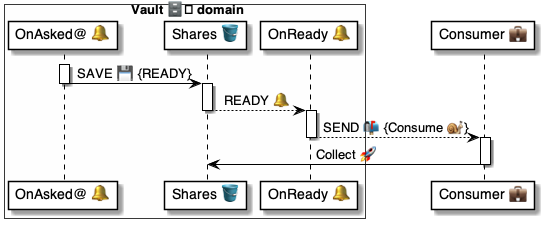
Before: 4 ⚙️ Solution/41 🎭 Domain Roles/Vaults 🗄️/🗄️🪣 Vault tables/Shares 💼 table/🪣🔔 2 Ready/🗄️ OnShareReady ⚙️ uml.png, a diagram exported from PlantUML (pollyweb-org/pollyweb-docs). Its source is kept beside it as 4 ⚙️ Solution/41 🎭 Domain Roles/Vaults 🗄️/🗄️🪣 Vault tables/Shares 💼 table/🪣🔔 2 Ready/🗄️ OnShareReady ⚙️ uml.puml. Its diagram source:
```plantuml
@startuml OnCollectReady

box Vault 🗄️ domain #FFFFFA
    participant "OnAsked@ 🔔" as script
    participant "Shares 🪣" as shares
    participant "OnReady 🔔" as ready
end box
participant "Consumer 💼" as consumer


activate script
    script -> shares: SAVE 💾 {READY}
deactivate script

activate shares
    shares --> ready: READY 🔔
deactivate shares

activate ready
    ready --> consumer: SEND 📬 {Consume 🐌}
deactivate ready

activate consumer
    consumer -> shares: Collect 🚀
deactivate consumer

@enduml
```
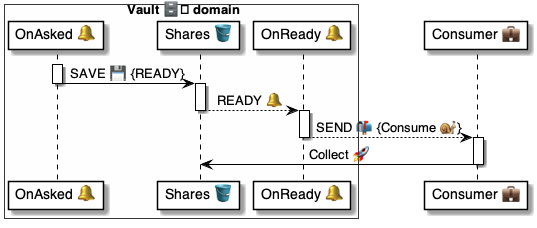
After the commit.

Change to the diagram source:
```diff
@@ -1,7 +1,7 @@
 @startuml OnCollectReady
 
 box Vault 🗄️ domain #FFFFFA
-    participant "OnAsked@ 🔔" as script
+    participant "OnAsked 🔔" as script
     participant "Shares 🪣" as shares
     participant "OnReady 🔔" as ready
 end box
```
